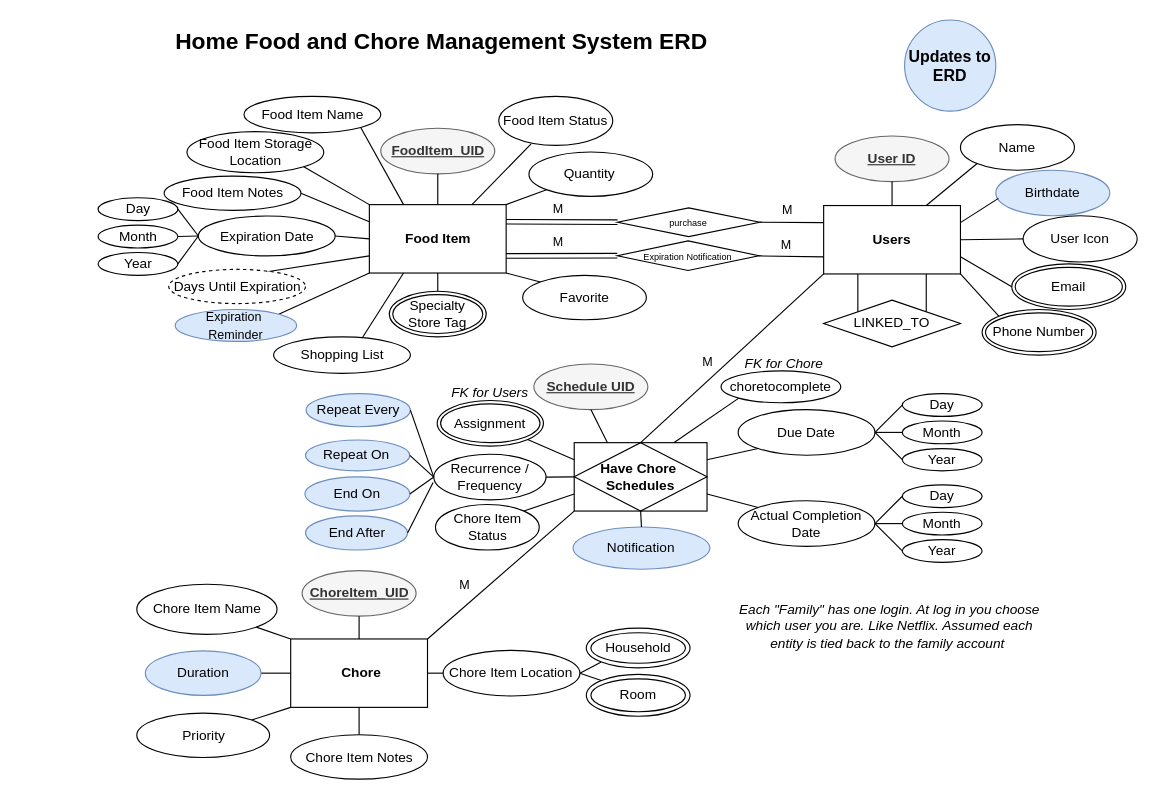
Before: Final Project/Diagrams/updatedERD.drawio in k-wtamu/CIDM6330, a draw.io diagram. Source tidied: cells renumbered, new cells numbered last; positions are measured from the earlier drawing's top-left corner, leaving out a move shared by most shapes. Both pictures are drawn from the tidied source at 114%, with x=0, y=0 at pixel (19, 19).
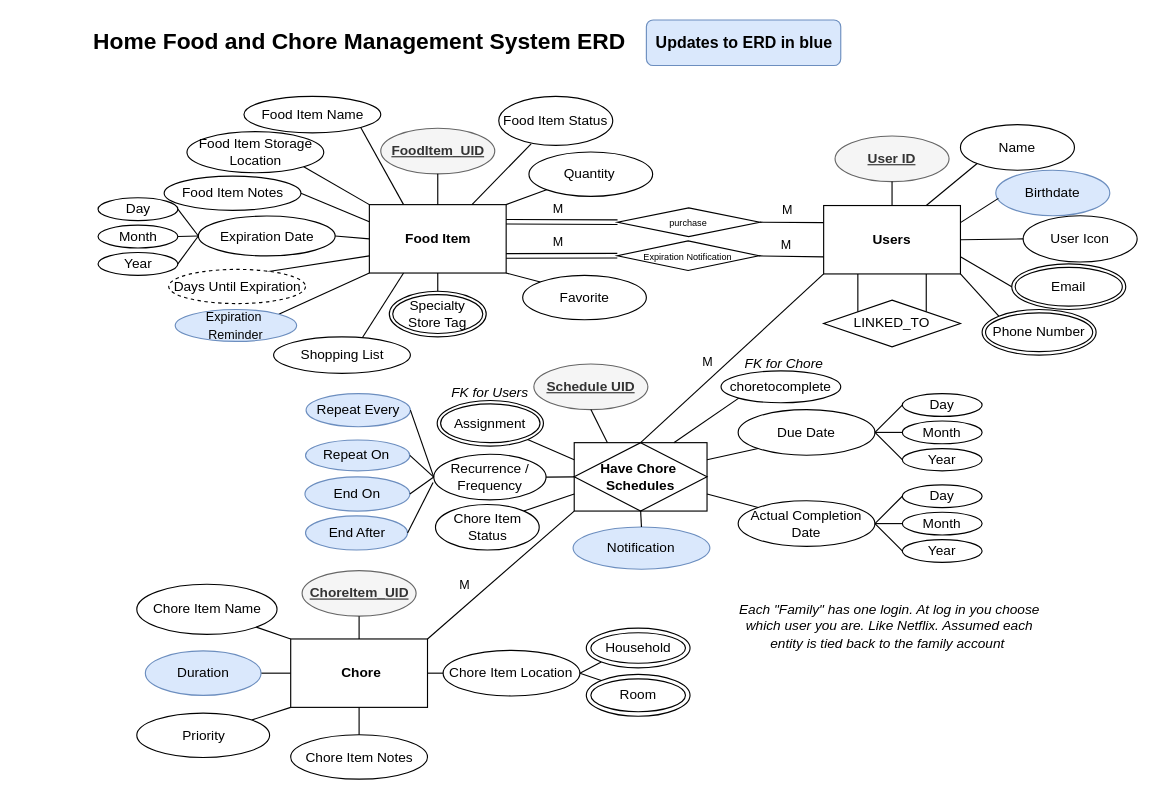
The same page after the edit.

The edit, as a diff of the source:
```diff
@@
     <mxCell id="2" value="Home Food and Chore Management System ERD" style="text;whiteSpace=wrap;fontStyle=1;fontSize=20;align=center;" parent="1" vertex="1">
-      <mxGeometry width="740" height="40" as="geometry" />
+      <mxGeometry x="48.1" width="500" height="40" as="geometry" />
     </mxCell>
@@
-    <mxCell id="121" value="&lt;b&gt;&lt;font style=&quot;font-size: 14px;&quot;&gt;Updates to ERD&lt;/font&gt;&lt;/b&gt;" style="ellipse;whiteSpace=wrap;html=1;fillColor=#dae8fc;strokeColor=#6c8ebf;" parent="1" vertex="1">
-      <mxGeometry x="776" width="80" height="80" as="geometry" />
-    </mxCell>
+    <mxCell id="122" value="&lt;b&gt;&lt;font style=&quot;font-size: 14px;&quot;&gt;Updates&amp;nbsp;&lt;/font&gt;&lt;/b&gt;&lt;b&gt;&lt;font style=&quot;font-size: 14px;&quot;&gt;to ERD&amp;nbsp;&lt;/font&gt;&lt;/b&gt;&lt;b&gt;&lt;font style=&quot;font-size: 14px;&quot;&gt;in blue&lt;/font&gt;&lt;/b&gt;" style="rounded=1;whiteSpace=wrap;html=1;fillColor=#dae8fc;strokeColor=#6c8ebf;" parent="1" vertex="1">
+      <mxGeometry x="549.5" width="170.5" height="40" as="geometry" />
+    </mxCell>
```
